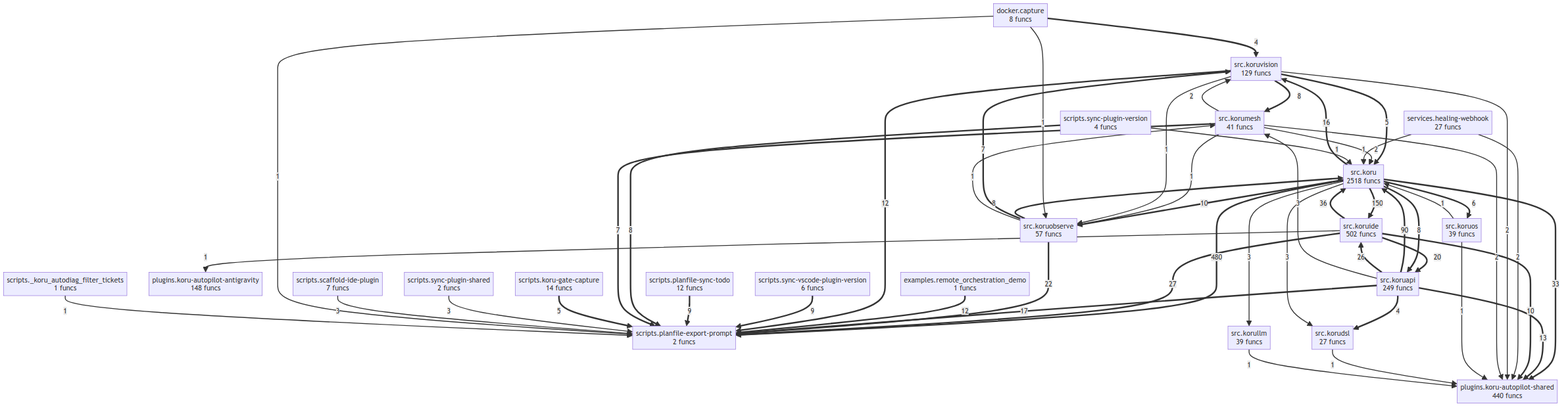
Before: project/compact_flow.png, a diagram exported from Mermaid (semcod/koru). Its source is kept beside it as project/compact_flow.mmd.
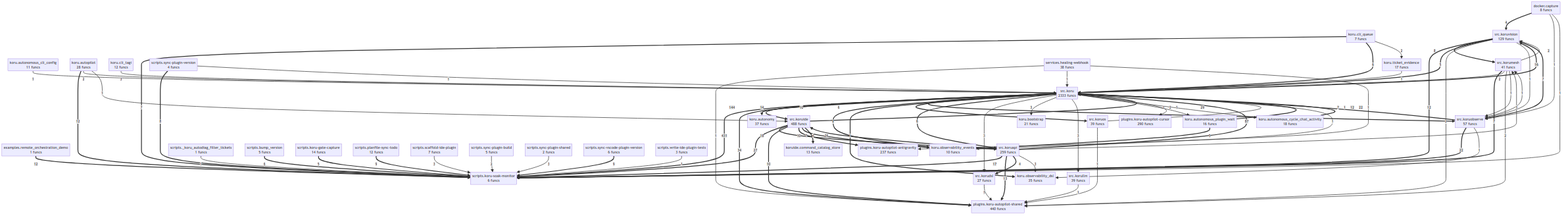
The same file after the commit.

What changed in the source:
```diff
@@ -1,75 +1,119 @@
 flowchart TD
     docker__capture["docker.capture<br/>8 funcs"]
     examples__remote_orchestration_demo["examples.remote_orchestration_demo<br/>1 funcs"]
-    plugins__koru_autopilot_antigravity["plugins.koru-autopilot-antigravity<br/>148 funcs"]
+    koru__autonomous_cli_config["koru.autonomous_cli_config<br/>11 funcs"]
+    koru__autonomous_cycle_chat_activity["koru.autonomous_cycle_chat_activity<br/>18 funcs"]
+    koru__autonomous_plugin_wait["koru.autonomous_plugin_wait<br/>16 funcs"]
+    koru__autonomy["koru.autonomy<br/>37 funcs"]
+    koru__autopilot["koru.autopilot<br/>28 funcs"]
+    koru__bootstrap["koru.bootstrap<br/>21 funcs"]
+    koru__cli_queue["koru.cli_queue<br/>7 funcs"]
+    koru__cli_tagi["koru.cli_tagi<br/>12 funcs"]
+    koru__observability_dsl["koru.observability_dsl<br/>35 funcs"]
+    koru__observability_events["koru.observability_events<br/>10 funcs"]
+    koru__ticket_evidence["koru.ticket_evidence<br/>17 funcs"]
+    koruide__command_catalog_store["koruide.command_catalog_store<br/>13 funcs"]
+    plugins__koru_autopilot_antigravity["plugins.koru-autopilot-antigravity<br/>237 funcs"]
+    plugins__koru_autopilot_cursor["plugins.koru-autopilot-cursor<br/>290 funcs"]
     plugins__koru_autopilot_shared["plugins.koru-autopilot-shared<br/>440 funcs"]
     scripts___koru_autodiag_filter_tickets["scripts._koru_autodiag_filter_tickets<br/>1 funcs"]
+    scripts__bump_version["scripts.bump_version<br/>5 funcs"]
     scripts__koru_gate_capture["scripts.koru-gate-capture<br/>14 funcs"]
-    scripts__planfile_export_prompt["scripts.planfile-export-prompt<br/>2 funcs"]
+    scripts__koru_soak_monitor["scripts.koru-soak-monitor<br/>6 funcs"]
     scripts__planfile_sync_todo["scripts.planfile-sync-todo<br/>12 funcs"]
     scripts__scaffold_ide_plugin["scripts.scaffold-ide-plugin<br/>7 funcs"]
+    scripts__sync_plugin_build["scripts.sync-plugin-build<br/>5 funcs"]
     scripts__sync_plugin_shared["scripts.sync-plugin-shared<br/>2 funcs"]
     scripts__sync_plugin_version["scripts.sync-plugin-version<br/>4 funcs"]
     scripts__sync_vscode_plugin_version["scripts.sync-vscode-plugin-version<br/>6 funcs"]
-    services__healing_webhook["services.healing-webhook<br/>27 funcs"]
-    src__koru["src.koru<br/>2518 funcs"]
-    src__koruapi["src.koruapi<br/>249 funcs"]
+    scripts__write_ide_plugin_tests["scripts.write-ide-plugin-tests<br/>3 funcs"]
+    services__healing_webhook["services.healing-webhook<br/>38 funcs"]
+    src__koru["src.koru<br/>2333 funcs"]
+    src__koruapi["src.koruapi<br/>259 funcs"]
     src__korudsl["src.korudsl<br/>27 funcs"]
-    src__koruide["src.koruide<br/>502 funcs"]
+    src__koruide["src.koruide<br/>488 funcs"]
     src__korullm["src.korullm<br/>39 funcs"]
     src__korumesh["src.korumesh<br/>41 funcs"]
     src__koruobserve["src.koruobserve<br/>57 funcs"]
     src__koruos["src.koruos<br/>39 funcs"]
     src__koruvision["src.koruvision<br/>129 funcs"]
-    src__koru ==>|480| scripts__planfile_export_prompt
-    src__koru ==>|150| src__koruide
-    src__koruapi ==>|90| src__koru
-    src__koruide ==>|36| src__koru
-    src__koru ==>|33| plugins__koru_autopilot_shared
-    src__koruide ==>|27| scripts__planfile_export_prompt
+    src__koru ==>|431| scripts__koru_soak_monitor
+    src__koru ==>|144| src__koruide
+    src__koruapi ==>|87| src__koru
+    src__koru ==>|34| plugins__koru_autopilot_shared
+    src__koruide ==>|29| src__koru
+    src__koruide ==>|27| scripts__koru_soak_monitor
     src__koruapi ==>|26| src__koruide
-    src__koruobserve ==>|22| scripts__planfile_export_prompt
-    src__koruide ==>|20| src__koruapi
-    src__koruapi ==>|17| scripts__planfile_export_prompt
+    src__koruobserve ==>|22| scripts__koru_soak_monitor
+    koru__autonomous_cycle_chat_activity ==>|22| src__koru
+    src__koruide ==>|18| src__koruapi
+    src__koruapi ==>|17| scripts__koru_soak_monitor
     src__koru ==>|16| src__koruvision
+    src__koru ==>|14| koru__autonomy
     src__koruapi ==>|13| plugins__koru_autopilot_shared
-    examples__remote_orchestration_demo ==>|12| scripts__planfile_export_prompt
-    src__koruvision ==>|12| scripts__planfile_export_prompt
+    examples__remote_orchestration_demo ==>|12| scripts__koru_soak_monitor
+    src__koruvision ==>|12| scripts__koru_soak_monitor
+    koru__autonomous_plugin_wait ==>|12| src__koru
+    koru__autopilot ==>|12| scripts__koru_soak_monitor
     src__koruide ==>|10| plugins__koru_autopilot_shared
+    src__koruide ==>|10| plugins__koru_autopilot_antigravity
     src__koru ==>|10| src__koruobserve
-    scripts__sync_vscode_plugin_version ==>|9| scripts__planfile_export_prompt
-    scripts__planfile_sync_todo ==>|9| scripts__planfile_export_prompt
-    src__koruobserve ==>|8| src__koru
+    scripts__planfile_sync_todo ==>|9| scripts__koru_soak_monitor
+    scripts__sync_vscode_plugin_version ==>|9| scripts__koru_soak_monitor
     src__koruvision ==>|8| src__korumesh
-    src__koru ==>|8| src__koruapi
-    scripts__sync_plugin_version ==>|8| scripts__planfile_export_prompt
+    src__koru ==>|8| koru__observability_events
+    scripts__sync_plugin_version ==>|8| scripts__koru_soak_monitor
+    src__koruobserve ==>|7| src__koru
     src__koruobserve ==>|7| src__koruvision
-    src__korumesh ==>|7| scripts__planfile_export_prompt
+    src__korumesh ==>|7| scripts__koru_soak_monitor
+    src__koruide ==>|7| koru__observability_events
+    koru__cli_queue ==>|7| scripts__koru_soak_monitor
     src__koru ==>|6| src__koruos
+    src__koru ==>|6| koru__observability_dsl
+    src__koru ==>|6| src__koruapi
+    koru__cli_queue ==>|6| src__koru
+    scripts__bump_version ==>|6| scripts__koru_soak_monitor
     src__koruvision ==>|5| src__koru
-    scripts__koru_gate_capture ==>|5| scripts__planfile_export_prompt
+    koru__autonomous_plugin_wait ==>|5| koru__observability_events
+    scripts__koru_gate_capture ==>|5| scripts__koru_soak_monitor
     src__koruapi ==>|4| src__korudsl
+    src__koruide ==>|4| koruide__command_catalog_store
     docker__capture ==>|4| src__koruvision
     src__koruapi -->|3| src__korumesh
+    src__koruapi -->|3| koru__observability_dsl
     src__koru -->|3| src__korudsl
+    src__koru -->|3| koru__bootstrap
     src__koru -->|3| src__korullm
-    scripts__sync_plugin_shared -->|3| scripts__planfile_export_prompt
-    scripts__scaffold_ide_plugin -->|3| scripts__planfile_export_prompt
-    services__healing_webhook -->|2| plugins__koru_autopilot_shared
+    koru__cli_tagi -->|3| src__koru
+    scripts__sync_plugin_shared -->|3| scripts__koru_soak_monitor
+    scripts__scaffold_ide_plugin -->|3| scripts__koru_soak_monitor
     src__koruvision -->|2| plugins__koru_autopilot_shared
     src__korumesh -->|2| src__koru
     src__korumesh -->|2| src__koruvision
     src__korumesh -->|2| plugins__koru_autopilot_shared
+    src__koru -->|2| koru__autonomous_plugin_wait
+    koru__cli_queue -->|2| koru__ticket_evidence
+    src__koru -->|2| koru__autonomous_cycle_chat_activity
+    koru__autopilot -->|2| src__koru
+    scripts__sync_plugin_build -->|2| scripts__koru_soak_monitor
+    services__healing_webhook -->|1| plugins__koru_autopilot_shared
+    services__healing_webhook -->|1| src__koru
+    services__healing_webhook -->|1| plugins__koru_autopilot_antigravity
     src__koruobserve -->|1| src__korumesh
-    services__healing_webhook -->|1| src__koru
+    src__koruobserve -->|1| koru__observability_dsl
     src__koruos -->|1| plugins__koru_autopilot_shared
+    src__koruos -->|1| src__koru
     src__korudsl -->|1| plugins__koru_autopilot_shared
-    src__koruos -->|1| src__koru
     src__korullm -->|1| plugins__koru_autopilot_shared
+    src__koruvision -->|1| src__koruobserve
     src__korumesh -->|1| src__koruobserve
-    src__koruvision -->|1| src__koruobserve
-    src__koruide -->|1| plugins__koru_autopilot_antigravity
+    src__koru -->|1| plugins__koru_autopilot_cursor
+    koru__ticket_evidence -->|1| src__koru
+    koru__autonomous_cli_config -->|1| src__koru
+    koru__observability_events -->|1| src__koru
+    koru__autopilot -->|1| src__koruide
     docker__capture -->|1| src__koruobserve
-    docker__capture -->|1| scripts__planfile_export_prompt
+    docker__capture -->|1| scripts__koru_soak_monitor
+    scripts__write_ide_plugin_tests -->|1| scripts__koru_soak_monitor
     scripts__sync_plugin_version -->|1| src__koru
-    scripts___koru_autodiag_filter_tickets -->|1| scripts__planfile_export_prompt
+    scripts___koru_autodiag_filter_tickets -->|1| scripts__koru_soak_monitor
```
